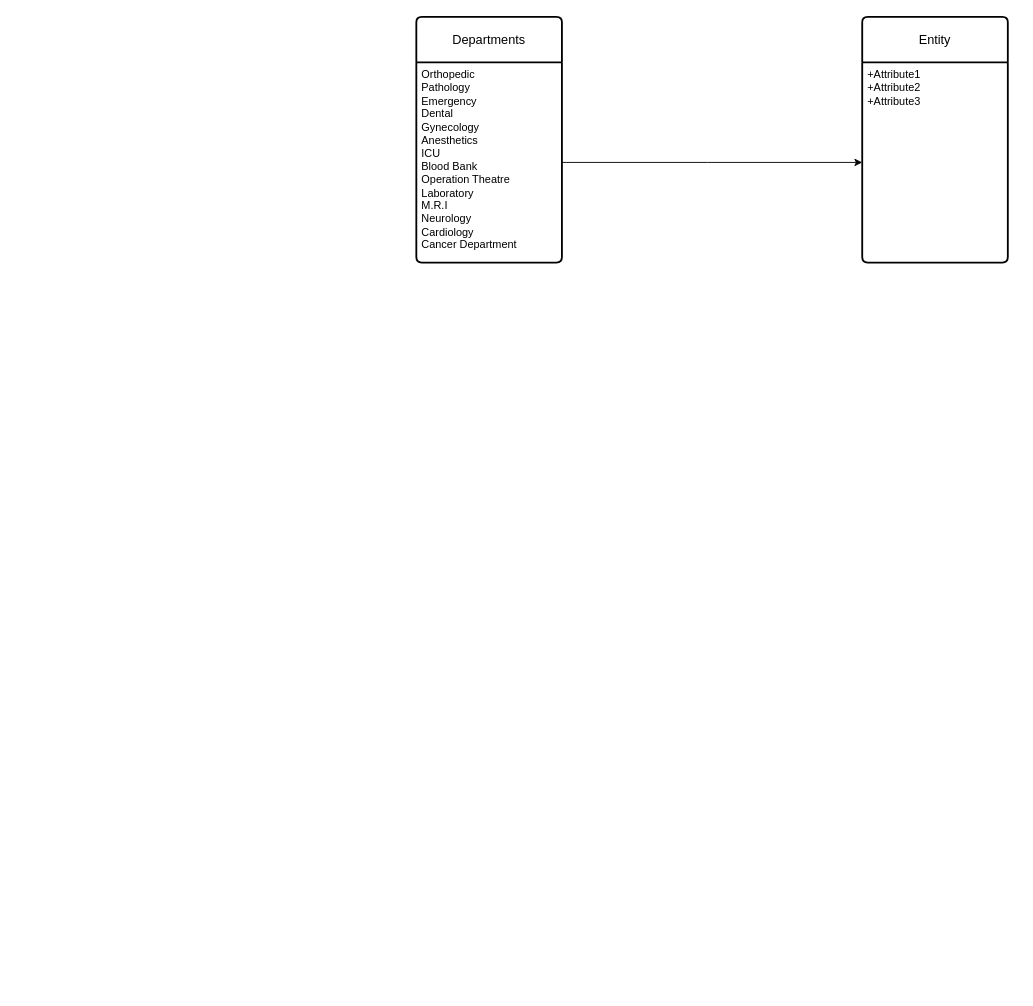
The draw.io diagram Untitled Diagram.drawio in Zenorang/Website, before the edit. Source tidied: cells renumbered, new cells numbered last; positions are measured from the earlier drawing's top-left corner, leaving out a move shared by most shapes. Both pictures are drawn from the tidied source at 91%, with x=0, y=0 at pixel (416, 16).
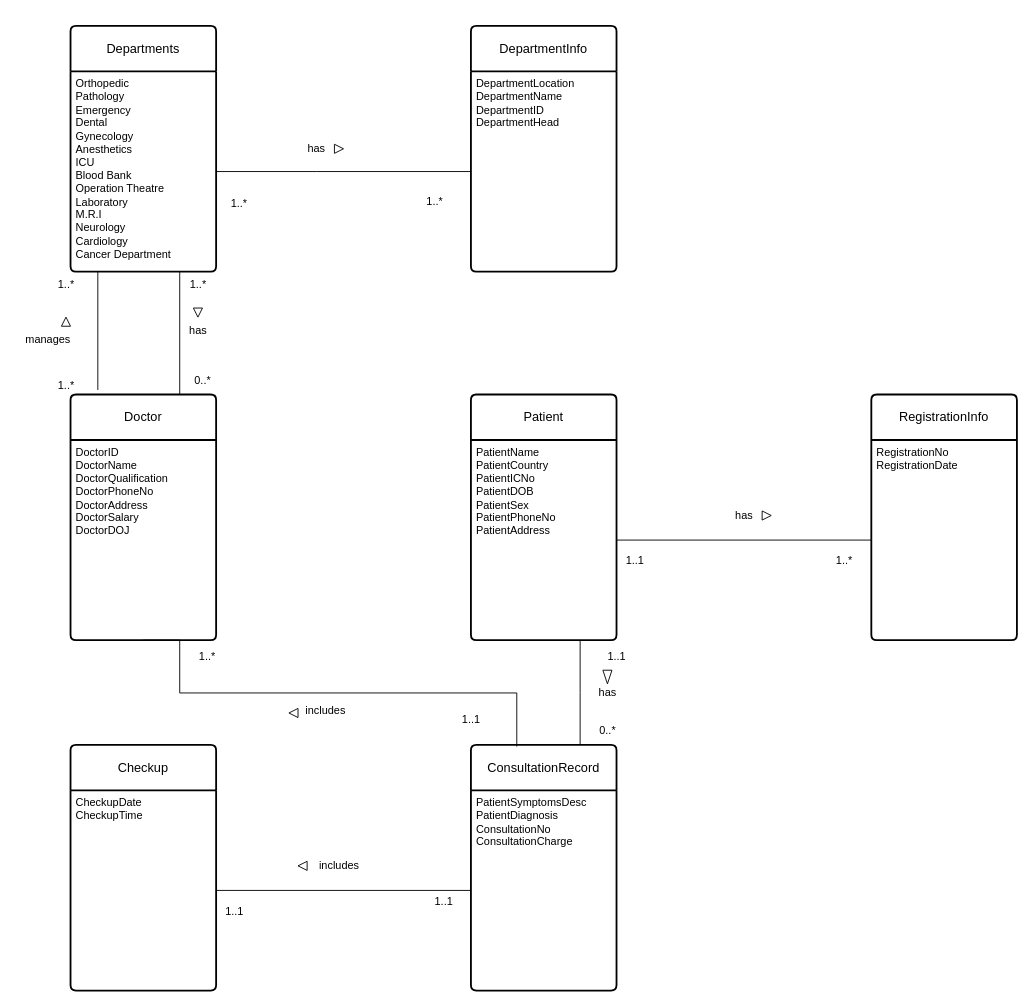
After the change.

Unchanged cells that the change refers to:
```xml
<mxCell id="3" value="Orthopedic&lt;div&gt;Pathology&lt;/div&gt;&lt;div&gt;Emergency&lt;/div&gt;&lt;div&gt;Dental&lt;/div&gt;&lt;div&gt;Gynecology&lt;/div&gt;&lt;div&gt;Anesthetics&lt;/div&gt;&lt;div&gt;ICU&lt;/div&gt;&lt;div&gt;Blood Bank&lt;/div&gt;&lt;div&gt;Operation Theatre&lt;/div&gt;&lt;div&gt;Laboratory&lt;/div&gt;&lt;div&gt;M.R.I&lt;/div&gt;&lt;div&gt;Neurology&lt;/div&gt;&lt;div&gt;Cardiology&lt;/div&gt;&lt;div&gt;Cancer Department&lt;/div&gt;&lt;div&gt;&lt;br&gt;&lt;/div&gt;" style="align=left;strokeColor=none;fillColor=none;spacingLeft=4;spacingRight=4;fontSize=12;verticalAlign=top;html=1;whiteSpace=wrap;" parent="2" vertex="1">
  <mxGeometry y="50" width="160" height="220" as="geometry" />
</mxCell>
```

What changed in the source:
```diff
@@
     <mxCell id="2" value="Departments" style="swimlane;horizontal=1;startSize=50;rounded=1;fontSize=14;fontStyle=0;strokeWidth=2;shadow=0;dashed=0;align=center;arcSize=4;whiteSpace=wrap;html=1;" parent="1" vertex="1">
-      <mxGeometry width="160" height="270" as="geometry" />
+      <mxGeometry x="-380" y="10" width="160" height="270" as="geometry" />
     </mxCell>
@@
-    <mxCell id="4" style="rounded=0;jettySize=auto;html=1;exitX=1;exitY=0.5;exitDx=0;exitDy=0;entryX=0;entryY=0.5;entryDx=0;entryDy=0;" parent="1" edge="1" source="3" target="6">
+    <mxCell id="4" style="rounded=0;jettySize=auto;html=1;exitX=1;exitY=0.5;exitDx=0;exitDy=0;entryX=0;entryY=0.5;entryDx=0;entryDy=0;endArrow=none;startFill=0;" parent="1" edge="1" source="3" target="6">
       <mxGeometry relative="1" as="geometry">
         <Array as="points">
-          <mxPoint x="320" y="160" />
+          <mxPoint x="-110" y="170" />
         </Array>
       </mxGeometry>
     </mxCell>
-    <mxCell id="5" value="Entity" style="swimlane;horizontal=1;startSize=50;rounded=1;fontSize=14;fontStyle=0;strokeWidth=2;shadow=0;dashed=0;align=center;arcSize=4;whiteSpace=wrap;html=1;" parent="1" vertex="1">
-      <mxGeometry x="490" width="160" height="270" as="geometry" />
+    <mxCell id="5" value="DepartmentInfo" style="swimlane;horizontal=1;startSize=50;rounded=1;fontSize=14;fontStyle=0;strokeWidth=2;shadow=0;dashed=0;align=center;arcSize=4;whiteSpace=wrap;html=1;" parent="1" vertex="1">
+      <mxGeometry x="60" y="10" width="160" height="270" as="geometry" />
     </mxCell>
-    <mxCell id="6" value="+Attribute1&#10;+Attribute2&#10;+Attribute3" style="align=left;strokeColor=none;fillColor=none;spacingLeft=4;spacingRight=4;fontSize=12;verticalAlign=top;html=1;whiteSpace=wrap;" parent="5" vertex="1">
+    <mxCell id="6" value="&lt;div&gt;&lt;span style=&quot;background-color: transparent; color: light-dark(rgb(0, 0, 0), rgb(255, 255, 255));&quot;&gt;DepartmentLocation&lt;/span&gt;&lt;/div&gt;&lt;div&gt;&lt;span style=&quot;background-color: transparent; color: light-dark(rgb(0, 0, 0), rgb(255, 255, 255));&quot;&gt;DepartmentName&lt;/span&gt;&lt;/div&gt;&lt;div&gt;&lt;span style=&quot;background-color: transparent; color: light-dark(rgb(0, 0, 0), rgb(255, 255, 255));&quot;&gt;DepartmentID&lt;/span&gt;&lt;/div&gt;&lt;div&gt;&lt;span style=&quot;background-color: transparent; color: light-dark(rgb(0, 0, 0), rgb(255, 255, 255));&quot;&gt;DepartmentHead&lt;/span&gt;&lt;/div&gt;" style="align=left;strokeColor=none;fillColor=none;spacingLeft=4;spacingRight=4;fontSize=12;verticalAlign=top;html=1;whiteSpace=wrap;" parent="5" vertex="1">
       <mxGeometry y="50" width="160" height="220" as="geometry" />
     </mxCell>
+    <mxCell id="7" value="has" style="text;html=1;align=center;verticalAlign=middle;strokeColor=none;fillColor=none;" parent="1" vertex="1">
+      <mxGeometry x="-130" y="130" width="40" height="30" as="geometry" />
+    </mxCell>
+    <mxCell id="8" value="1..*" style="text;html=1;align=center;verticalAlign=middle;strokeColor=none;fillColor=none;" parent="1" vertex="1">
+      <mxGeometry x="-215" y="190" width="40" height="30" as="geometry" />
+    </mxCell>
+    <mxCell id="9" value="1..*" style="text;html=1;align=center;verticalAlign=middle;strokeColor=none;fillColor=none;" parent="1" vertex="1">
+      <mxGeometry y="188" width="40" height="30" as="geometry" />
+    </mxCell>
+    <mxCell id="10" style="triangle;whiteSpace=wrap;html=1;fillColor=light-dark(#FFFFFF,#FFFFFF);strokeColor=light-dark(#000000,#000000);" parent="1" vertex="1">
+      <mxGeometry x="-90" y="140" width="10" height="10" as="geometry" />
+    </mxCell>
+    <mxCell id="11" value="Doctor" style="swimlane;horizontal=1;startSize=50;rounded=1;fontSize=14;fontStyle=0;strokeWidth=2;shadow=0;dashed=0;align=center;arcSize=4;whiteSpace=wrap;html=1;" parent="1" vertex="1">
+      <mxGeometry x="-380" y="415" width="160" height="270" as="geometry" />
+    </mxCell>
+    <mxCell id="12" value="&lt;div&gt;DoctorID&lt;/div&gt;DoctorName&lt;div&gt;DoctorQualification&lt;/div&gt;&lt;div&gt;DoctorPhoneNo&lt;/div&gt;&lt;div&gt;DoctorAddress&lt;/div&gt;&lt;div&gt;DoctorSalary&lt;/div&gt;&lt;div&gt;DoctorDOJ&lt;/div&gt;&lt;div&gt;&lt;br&gt;&lt;/div&gt;" style="align=left;strokeColor=none;fillColor=none;spacingLeft=4;spacingRight=4;fontSize=12;verticalAlign=top;html=1;whiteSpace=wrap;" parent="11" vertex="1">
+      <mxGeometry y="50" width="160" height="220" as="geometry" />
+    </mxCell>
+    <mxCell id="13" style="edgeStyle=orthogonalEdgeStyle;rounded=0;orthogonalLoop=1;jettySize=auto;html=1;endArrow=none;startFill=0;" parent="1" edge="1">
+      <mxGeometry relative="1" as="geometry">
+        <mxPoint x="-350" y="410" as="sourcePoint" />
+        <mxPoint x="-350" y="280" as="targetPoint" />
+        <Array as="points">
+          <mxPoint x="-350" y="280" />
+        </Array>
+      </mxGeometry>
+    </mxCell>
+    <mxCell id="14" value="manages" style="text;html=1;align=center;verticalAlign=middle;strokeColor=none;fillColor=none;" parent="1" vertex="1">
+      <mxGeometry x="-440" y="340" width="70" height="30" as="geometry" />
+    </mxCell>
+    <mxCell id="15" style="triangle;whiteSpace=wrap;html=1;fillColor=light-dark(#FFFFFF,#FFFFFF);strokeColor=light-dark(#000000,#000000);rotation=-90;" parent="1" vertex="1">
+      <mxGeometry x="-390" y="330" width="10" height="10" as="geometry" />
+    </mxCell>
+    <mxCell id="16" value="1..*" style="text;html=1;align=center;verticalAlign=middle;strokeColor=none;fillColor=none;" parent="1" vertex="1">
+      <mxGeometry x="-405" y="390" width="40" height="30" as="geometry" />
+    </mxCell>
+    <mxCell id="17" value="1..*" style="text;html=1;align=center;verticalAlign=middle;strokeColor=none;fillColor=none;" parent="1" vertex="1">
+      <mxGeometry x="-405" y="280" width="40" height="30" as="geometry" />
+    </mxCell>
+    <mxCell id="18" value="Patient" style="swimlane;horizontal=1;startSize=50;rounded=1;fontSize=14;fontStyle=0;strokeWidth=2;shadow=0;dashed=0;align=center;arcSize=4;whiteSpace=wrap;html=1;" parent="1" vertex="1">
+      <mxGeometry x="60" y="415" width="160" height="270" as="geometry" />
+    </mxCell>
+    <mxCell id="19" value="&lt;div&gt;PatientName&lt;/div&gt;&lt;div&gt;PatientCountry&lt;/div&gt;&lt;div&gt;PatientICNo&lt;/div&gt;&lt;div&gt;PatientDOB&lt;/div&gt;&lt;div&gt;PatientSex&lt;/div&gt;&lt;div&gt;PatientPhoneNo&lt;/div&gt;&lt;div&gt;PatientAddress&lt;/div&gt;" style="align=left;strokeColor=none;fillColor=none;spacingLeft=4;spacingRight=4;fontSize=12;verticalAlign=top;html=1;whiteSpace=wrap;" parent="18" vertex="1">
+      <mxGeometry y="50" width="160" height="220" as="geometry" />
+    </mxCell>
+    <mxCell id="20" value="RegistrationInfo" style="swimlane;horizontal=1;startSize=50;rounded=1;fontSize=14;fontStyle=0;strokeWidth=2;shadow=0;dashed=0;align=center;arcSize=4;whiteSpace=wrap;html=1;" parent="1" vertex="1">
+      <mxGeometry x="500" y="415" width="160" height="270" as="geometry" />
+    </mxCell>
+    <mxCell id="21" value="&lt;div&gt;&lt;span style=&quot;background-color: transparent; color: light-dark(rgb(0, 0, 0), rgb(255, 255, 255));&quot;&gt;RegistrationNo&lt;/span&gt;&lt;/div&gt;&lt;div&gt;&lt;span style=&quot;background-color: transparent; color: light-dark(rgb(0, 0, 0), rgb(255, 255, 255));&quot;&gt;RegistrationDate&lt;/span&gt;&lt;/div&gt;" style="align=left;strokeColor=none;fillColor=none;spacingLeft=4;spacingRight=4;fontSize=12;verticalAlign=top;html=1;whiteSpace=wrap;" parent="20" vertex="1">
+      <mxGeometry y="50" width="160" height="220" as="geometry" />
+    </mxCell>
+    <mxCell id="22" style="edgeStyle=orthogonalEdgeStyle;rounded=0;jettySize=auto;html=1;exitX=0;exitY=0.5;exitDx=0;exitDy=0;entryX=1;entryY=0.5;entryDx=0;entryDy=0;endArrow=none;startFill=0;" parent="1" edge="1" source="21" target="19">
+      <mxGeometry relative="1" as="geometry" />
+    </mxCell>
+    <mxCell id="23" value="has" style="text;html=1;align=center;verticalAlign=middle;strokeColor=none;fillColor=none;" parent="1" vertex="1">
+      <mxGeometry x="340" y="533" width="40" height="30" as="geometry" />
+    </mxCell>
+    <mxCell id="24" style="triangle;whiteSpace=wrap;html=1;fillColor=light-dark(#FFFFFF,#FFFFFF);strokeColor=light-dark(#000000,#000000);" parent="1" vertex="1">
+      <mxGeometry x="380" y="543" width="10" height="10" as="geometry" />
+    </mxCell>
+    <mxCell id="25" value="1..1" style="text;html=1;align=center;verticalAlign=middle;strokeColor=none;fillColor=none;" parent="1" vertex="1">
+      <mxGeometry x="220" y="583" width="40" height="30" as="geometry" />
+    </mxCell>
+    <mxCell id="26" value="1..*" style="text;html=1;align=center;verticalAlign=middle;strokeColor=none;fillColor=none;" parent="1" vertex="1">
+      <mxGeometry x="450" y="583" width="40" height="30" as="geometry" />
+    </mxCell>
+    <mxCell id="27" style="edgeStyle=orthogonalEdgeStyle;rounded=0;jettySize=auto;html=1;exitX=0.75;exitY=0;exitDx=0;exitDy=0;endArrow=none;startFill=0;entryX=0.75;entryY=1;entryDx=0;entryDy=0;" parent="1" edge="1" source="11" target="3">
+      <mxGeometry relative="1" as="geometry" />
+    </mxCell>
+    <mxCell id="28" value="has" style="text;html=1;align=center;verticalAlign=middle;strokeColor=none;fillColor=none;" parent="1" vertex="1">
+      <mxGeometry x="-260" y="330" width="40" height="30" as="geometry" />
+    </mxCell>
+    <mxCell id="29" style="triangle;whiteSpace=wrap;html=1;fillColor=light-dark(#FFFFFF,#FFFFFF);strokeColor=light-dark(#000000,#000000);rotation=90;" parent="1" vertex="1">
+      <mxGeometry x="-245" y="320" width="10" height="10" as="geometry" />
+    </mxCell>
+    <mxCell id="30" value="1..*" style="text;html=1;align=center;verticalAlign=middle;strokeColor=none;fillColor=none;" parent="1" vertex="1">
+      <mxGeometry x="-260" y="280" width="40" height="30" as="geometry" />
+    </mxCell>
+    <mxCell id="31" value="0..*" style="text;html=1;align=center;verticalAlign=middle;strokeColor=none;fillColor=none;" parent="1" vertex="1">
+      <mxGeometry x="-255" y="385" width="40" height="30" as="geometry" />
+    </mxCell>
+    <mxCell id="32" value="ConsultationRecord" style="swimlane;horizontal=1;startSize=50;rounded=1;fontSize=14;fontStyle=0;strokeWidth=2;shadow=0;dashed=0;align=center;arcSize=4;whiteSpace=wrap;html=1;" parent="1" vertex="1">
+      <mxGeometry x="60" y="800" width="160" height="270" as="geometry" />
+    </mxCell>
+    <mxCell id="33" value="&lt;div&gt;PatientSymptomsDesc&lt;/div&gt;&lt;div&gt;PatientDiagnosis&lt;/div&gt;&lt;div&gt;ConsultationNo&lt;/div&gt;&lt;div&gt;ConsultationCharge&lt;/div&gt;" style="align=left;strokeColor=none;fillColor=none;spacingLeft=4;spacingRight=4;fontSize=12;verticalAlign=top;html=1;whiteSpace=wrap;" parent="32" vertex="1">
+      <mxGeometry y="50" width="160" height="220" as="geometry" />
+    </mxCell>
+    <mxCell id="34" value="Checkup" style="swimlane;horizontal=1;startSize=50;rounded=1;fontSize=14;fontStyle=0;strokeWidth=2;shadow=0;dashed=0;align=center;arcSize=4;whiteSpace=wrap;html=1;" parent="1" vertex="1">
+      <mxGeometry x="-380" y="800" width="160" height="270" as="geometry" />
+    </mxCell>
+    <mxCell id="35" value="CheckupDate&lt;div&gt;CheckupTime&lt;/div&gt;" style="align=left;strokeColor=none;fillColor=none;spacingLeft=4;spacingRight=4;fontSize=12;verticalAlign=top;html=1;whiteSpace=wrap;" parent="34" vertex="1">
+      <mxGeometry y="50" width="160" height="220" as="geometry" />
+    </mxCell>
+    <mxCell id="36" style="edgeStyle=orthogonalEdgeStyle;rounded=0;jettySize=auto;html=1;exitX=0.75;exitY=1;exitDx=0;exitDy=0;endArrow=none;startFill=0;" parent="1" edge="1" source="19">
+      <mxGeometry relative="1" as="geometry">
+        <mxPoint x="180" y="800" as="targetPoint" />
+      </mxGeometry>
+    </mxCell>
+    <mxCell id="37" value="has" style="text;html=1;align=center;verticalAlign=middle;strokeColor=none;fillColor=none;" parent="1" vertex="1">
+      <mxGeometry x="190" y="728" width="40" height="30" as="geometry" />
+    </mxCell>
+    <mxCell id="38" style="triangle;whiteSpace=wrap;html=1;fillColor=light-dark(#FFFFFF,#FFFFFF);strokeColor=light-dark(#000000,#000000);rotation=90;" parent="1" vertex="1">
+      <mxGeometry x="202.5" y="720.5" width="15" height="10" as="geometry" />
+    </mxCell>
+    <mxCell id="39" value="1..1" style="text;html=1;align=center;verticalAlign=middle;strokeColor=none;fillColor=none;" parent="1" vertex="1">
+      <mxGeometry x="200" y="688" width="40" height="30" as="geometry" />
+    </mxCell>
+    <mxCell id="40" value="0..*" style="text;html=1;align=center;verticalAlign=middle;strokeColor=none;fillColor=none;" parent="1" vertex="1">
+      <mxGeometry x="190" y="770" width="40" height="30" as="geometry" />
+    </mxCell>
+    <mxCell id="41" style="edgeStyle=orthogonalEdgeStyle;rounded=0;jettySize=auto;html=1;exitX=0;exitY=0.5;exitDx=0;exitDy=0;entryX=1;entryY=0.5;entryDx=0;entryDy=0;endArrow=none;startFill=0;" parent="1" edge="1" source="33" target="35">
+      <mxGeometry relative="1" as="geometry" />
+    </mxCell>
+    <mxCell id="42" value="includes" style="text;html=1;align=center;verticalAlign=middle;strokeColor=none;fillColor=none;" parent="1" vertex="1">
+      <mxGeometry x="-120" y="918" width="70" height="30" as="geometry" />
+    </mxCell>
+    <mxCell id="43" style="triangle;whiteSpace=wrap;html=1;fillColor=light-dark(#FFFFFF,#FFFFFF);strokeColor=light-dark(#000000,#000000);rotation=-180;" parent="1" vertex="1">
+      <mxGeometry x="-130" y="928" width="10" height="10" as="geometry" />
+    </mxCell>
+    <mxCell id="44" value="1..1" style="text;html=1;align=center;verticalAlign=middle;strokeColor=none;fillColor=none;" parent="1" vertex="1">
+      <mxGeometry x="-220" y="968" width="40" height="30" as="geometry" />
+    </mxCell>
+    <mxCell id="45" value="1..1" style="text;html=1;align=center;verticalAlign=middle;strokeColor=none;fillColor=none;" parent="1" vertex="1">
+      <mxGeometry x="10" y="958" width="40" height="30" as="geometry" />
+    </mxCell>
+    <mxCell id="46" style="edgeStyle=orthogonalEdgeStyle;rounded=0;jettySize=auto;html=1;exitX=0.5;exitY=1;exitDx=0;exitDy=0;entryX=0.315;entryY=0.007;entryDx=0;entryDy=0;entryPerimeter=0;endArrow=none;startFill=0;" parent="1" edge="1" source="12" target="32">
+      <mxGeometry relative="1" as="geometry">
+        <Array as="points">
+          <mxPoint x="-260" y="685" />
+          <mxPoint x="-260" y="743" />
+          <mxPoint x="110" y="743" />
+        </Array>
+      </mxGeometry>
+    </mxCell>
+    <mxCell id="47" value="includes" style="text;html=1;align=center;verticalAlign=middle;strokeColor=none;fillColor=none;" parent="1" vertex="1">
+      <mxGeometry x="-135" y="748" width="70" height="30" as="geometry" />
+    </mxCell>
+    <mxCell id="48" style="triangle;whiteSpace=wrap;html=1;fillColor=light-dark(#FFFFFF,#FFFFFF);strokeColor=light-dark(#000000,#000000);rotation=-180;" parent="1" vertex="1">
+      <mxGeometry x="-140" y="760" width="10" height="10" as="geometry" />
+    </mxCell>
+    <mxCell id="49" value="1..*" style="text;html=1;align=center;verticalAlign=middle;strokeColor=none;fillColor=none;" parent="1" vertex="1">
+      <mxGeometry x="-250" y="688" width="40" height="30" as="geometry" />
+    </mxCell>
+    <mxCell id="50" value="1..1" style="text;html=1;align=center;verticalAlign=middle;strokeColor=none;fillColor=none;" parent="1" vertex="1">
+      <mxGeometry x="40" y="758" width="40" height="30" as="geometry" />
+    </mxCell>
```
